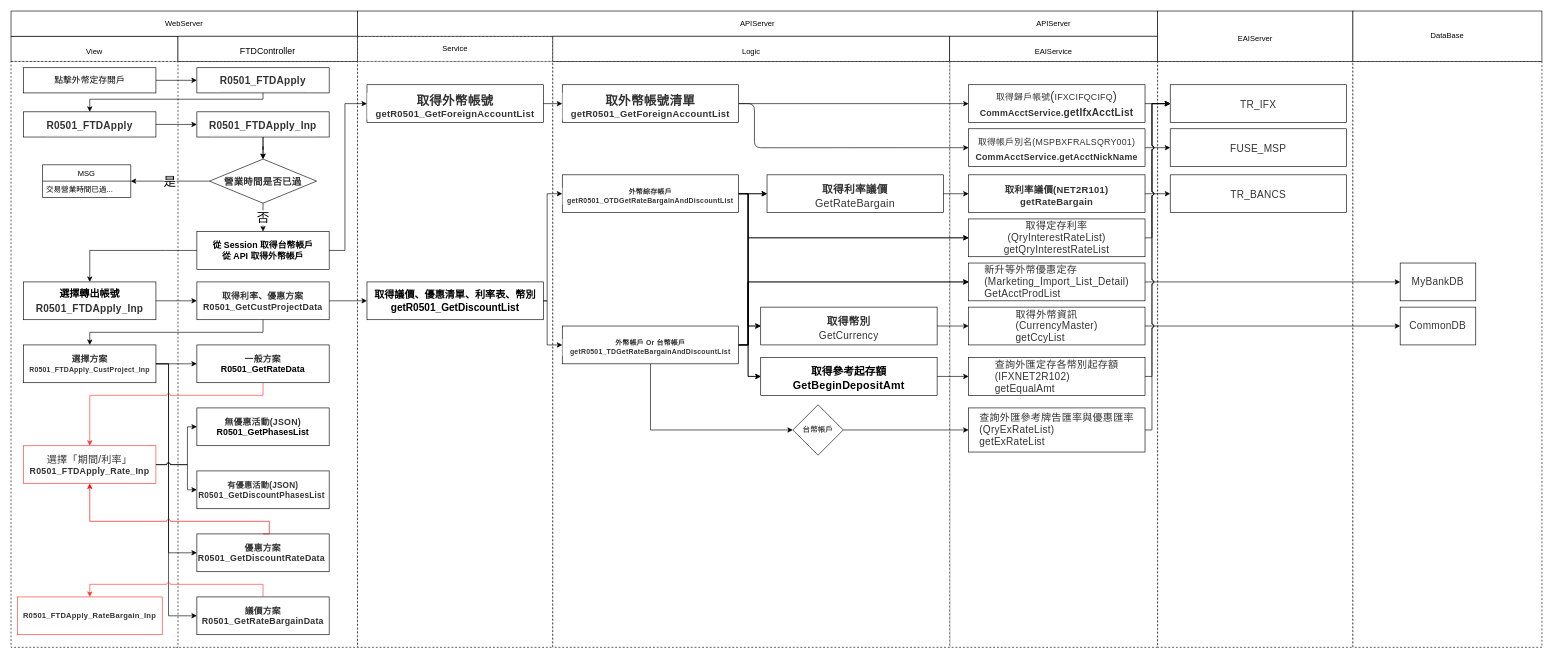
Above: page "外幣定存申請01" (1 of 7) of 外幣定存.drawio in YuHaoLiaoTony/MyImage (draw.io), before the change. Source tidied: cells renumbered, new cells numbered last; positions are measured from the earlier drawing's top-left corner, leaving out a move shared by most shapes. Both pictures are drawn from the tidied source at 63%, with x=0, y=0 at pixel (11, 11).
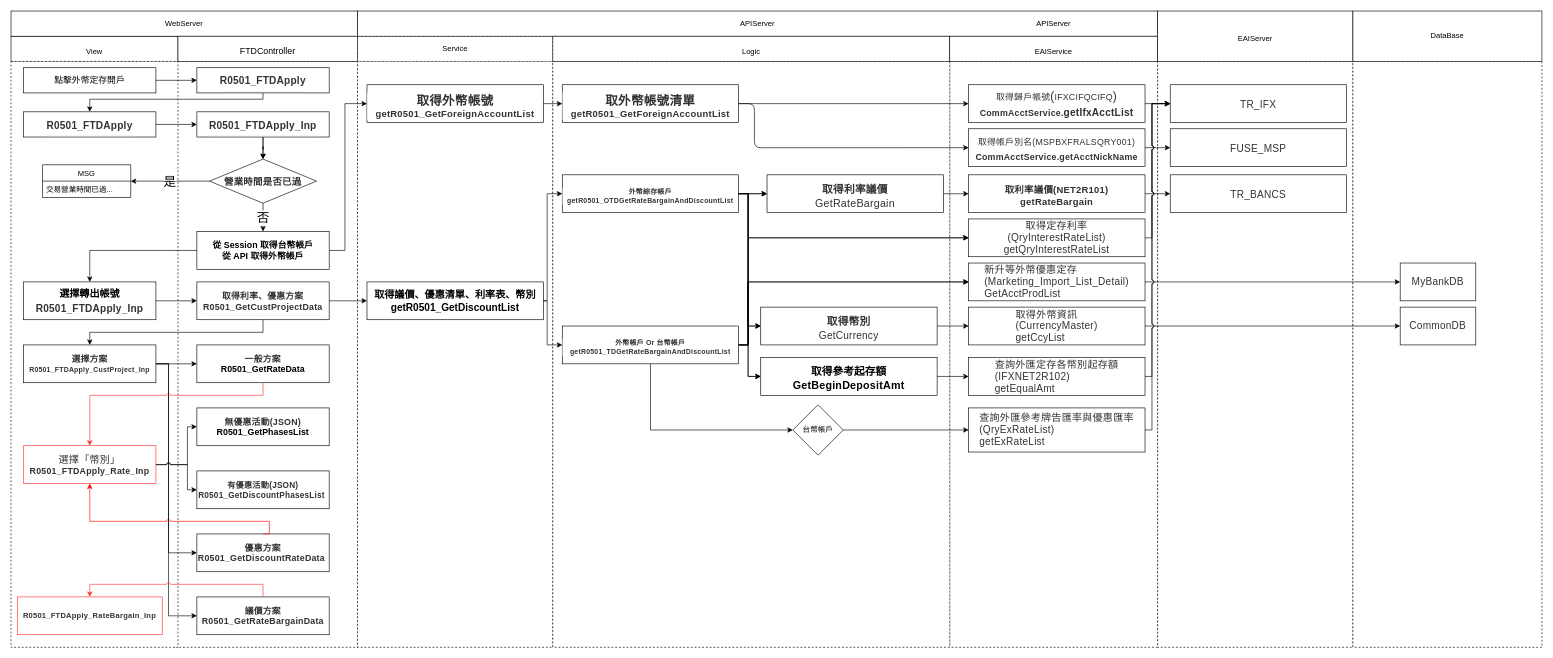
Above is the later version.

Diff of the diagram source:
```diff
@@
-    <mxCell id="94" value="&lt;div&gt;&lt;span style=&quot;color: rgb(51 , 51 , 51) ; font-size: 16px ; letter-spacing: 0.35px ; text-align: left ; background-color: rgb(255 , 255 , 255)&quot;&gt;選擇「期間/利率」&lt;/span&gt;&lt;span style=&quot;background-color: rgb(255 , 255 , 255)&quot;&gt;&lt;font&gt;&lt;span style=&quot;color: rgb(51 , 51 , 51) ; letter-spacing: 0.35px ; font-size: 14px&quot;&gt;&lt;b&gt;&lt;br&gt;R0501_FTDApply_Rate_Inp&lt;/b&gt;&lt;/span&gt;&lt;/font&gt;&lt;/span&gt;&lt;br&gt;&lt;/div&gt;" style="rounded=0;whiteSpace=wrap;html=1;strokeColor=#FF3333;" parent="1" vertex="1">
+    <mxCell id="94" value="&lt;div&gt;&lt;span style=&quot;color: rgb(51 , 51 , 51) ; font-size: 16px ; letter-spacing: 0.35px ; text-align: left ; background-color: rgb(255 , 255 , 255)&quot;&gt;選擇「幣別」&lt;/span&gt;&lt;span style=&quot;background-color: rgb(255 , 255 , 255)&quot;&gt;&lt;font&gt;&lt;span style=&quot;color: rgb(51 , 51 , 51) ; letter-spacing: 0.35px ; font-size: 14px&quot;&gt;&lt;b&gt;&lt;br&gt;R0501_FTDApply_Rate_Inp&lt;/b&gt;&lt;/span&gt;&lt;/font&gt;&lt;/span&gt;&lt;br&gt;&lt;/div&gt;" style="rounded=0;whiteSpace=wrap;html=1;strokeColor=#FF3333;" parent="1" vertex="1">
       <mxGeometry x="20" y="690" width="210" height="60" as="geometry" />
     </mxCell>
```
